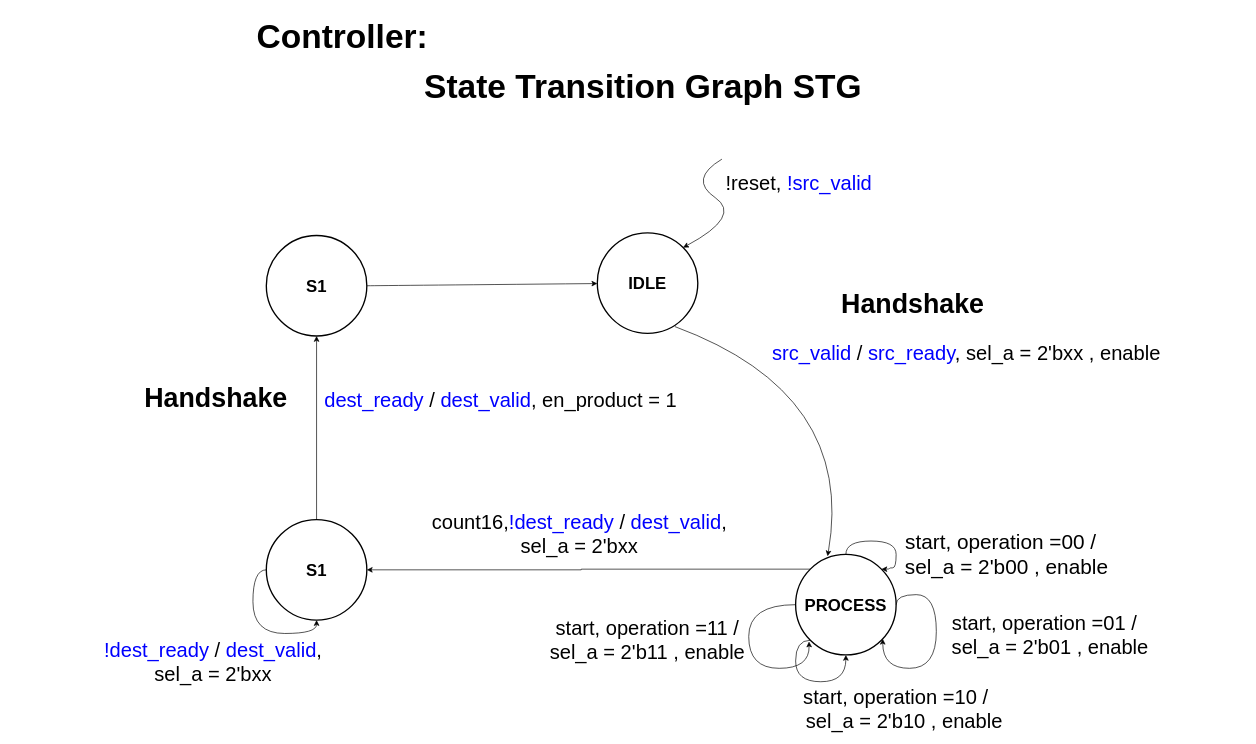
The draw.io diagram Nasir/docs/Controller_val_ready.drawio in medsuet/Xcelerium-IC-Design-Training, before the edit. Source tidied: cells renumbered, new cells numbered last; positions are measured from the earlier drawing's top-left corner, leaving out a move shared by most shapes. Both pictures are drawn from the tidied source at 67%, with x=0, y=0 at pixel (58, 11).
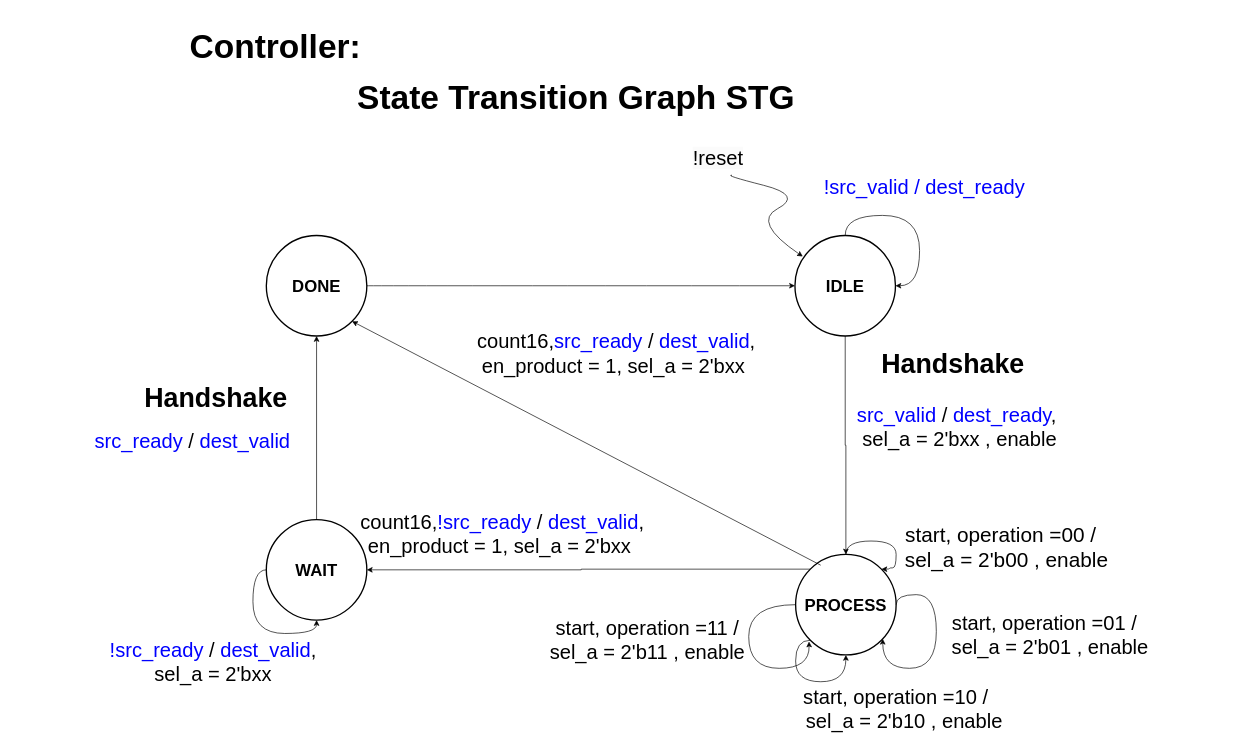
Above is the later version.

Unchanged cells that the change refers to:
```xml
<mxCell id="7" value="&lt;b style=&quot;font-size: 25px;&quot;&gt;PROCESS&lt;/b&gt;" style="ellipse;whiteSpace=wrap;html=1;strokeWidth=2;" parent="1" vertex="1">
  <mxGeometry x="1100" y="810" width="150" height="150" as="geometry" />
</mxCell>
```

Change to the diagram source:
```diff
@@
     <mxCell id="2" value="&lt;h1 style=&quot;margin-top: 0px;&quot;&gt;&lt;span style=&quot;background-color: initial;&quot;&gt;&lt;font style=&quot;font-size: 50px;&quot;&gt;&amp;nbsp;Controller:&lt;/font&gt;&lt;/span&gt;&lt;br&gt;&lt;/h1&gt;&lt;div&gt;&lt;span style=&quot;background-color: initial;&quot;&gt;&lt;font style=&quot;font-size: 50px;&quot;&gt;&lt;span style=&quot;white-space: pre;&quot;&gt;&#9;&lt;/span&gt;&lt;span style=&quot;white-space: pre;&quot;&gt;&#9;&lt;/span&gt;&amp;nbsp; &amp;nbsp;&lt;/font&gt;&lt;/span&gt;&lt;span style=&quot;font-size: 50px; background-color: initial;&quot;&gt;&lt;b&gt;State Transition Graph STG&lt;/b&gt;&lt;/span&gt;&lt;/div&gt;" style="text;html=1;whiteSpace=wrap;overflow=hidden;rounded=0;" parent="1" vertex="1">
-      <mxGeometry x="280" width="1050" height="310" as="geometry" />
+      <mxGeometry x="180" y="16" width="1050" height="164" as="geometry" />
     </mxCell>
+    <mxCell id="28" style="edgeStyle=orthogonalEdgeStyle;rounded=0;jettySize=auto;html=1;exitX=0.5;exitY=1;exitDx=0;exitDy=0;entryX=0.5;entryY=0;entryDx=0;entryDy=0;" parent="1" edge="1" source="3" target="7">
+      <mxGeometry relative="1" as="geometry" />
+    </mxCell>
     <mxCell id="3" value="&lt;b style=&quot;font-size: 25px;&quot;&gt;IDLE&lt;/b&gt;" style="ellipse;whiteSpace=wrap;html=1;strokeWidth=2;" parent="1" vertex="1">
-      <mxGeometry x="804" y="330" width="150" height="150" as="geometry" />
+      <mxGeometry x="1099" y="334" width="150" height="150" as="geometry" />
     </mxCell>
@@
-    <mxCell id="8" style="curved=1;endArrow=classic;html=1;rounded=0;entryX=1;entryY=0;entryDx=0;entryDy=0;" parent="1" edge="1" target="3">
+    <mxCell id="8" style="curved=1;endArrow=classic;html=1;rounded=0;entryX=0.078;entryY=0.209;entryDx=0;entryDy=0;entryPerimeter=0;" parent="1" edge="1" target="3">
       <mxGeometry relative="1" as="geometry">
-        <mxPoint x="990" y="220" as="sourcePoint" />
+        <mxPoint x="1005" y="244" as="sourcePoint" />
         <Array as="points">
-          <mxPoint x="940" y="250" />
-          <mxPoint x="1020" y="305" />
+          <mxPoint x="993" y="244" />
+          <mxPoint x="1111" y="274" />
+          <mxPoint x="1035" y="314" />
         </Array>
       </mxGeometry>
     </mxCell>
-    <mxCell id="9" value="&lt;font style=&quot;font-size: 30px;&quot;&gt;!reset, &lt;font color=&quot;#0000ff&quot;&gt;!src_valid&lt;/font&gt;&lt;/font&gt;" style="text;html=1;align=center;verticalAlign=middle;whiteSpace=wrap;rounded=0;" parent="1" vertex="1">
-      <mxGeometry x="990" y="240" width="230" height="30" as="geometry" />
+    <mxCell id="9" value="&lt;font style=&quot;font-size: 30px;&quot;&gt;&lt;font color=&quot;#0000ff&quot;&gt;!src_valid / dest_ready&lt;/font&gt;&lt;/font&gt;" style="text;html=1;align=center;verticalAlign=middle;whiteSpace=wrap;rounded=0;" parent="1" vertex="1">
+      <mxGeometry x="1135" y="230" width="315" height="64" as="geometry" />
     </mxCell>
-    <mxCell id="10" value="&lt;font style=&quot;font-size: 30px;&quot;&gt;&lt;font color=&quot;#0000ff&quot;&gt;src_valid&lt;/font&gt; / &lt;font color=&quot;#0000ff&quot;&gt;src_ready&lt;/font&gt;, sel_a = 2'bxx , enable&lt;/font&gt;" style="text;html=1;align=center;verticalAlign=middle;whiteSpace=wrap;rounded=0;" parent="1" vertex="1">
-      <mxGeometry x="1050" y="480" width="610" height="60" as="geometry" />
+    <mxCell id="10" value="&lt;font style=&quot;font-size: 30px;&quot;&gt;&lt;font color=&quot;#0000ff&quot;&gt;src_valid&lt;/font&gt; / &lt;font color=&quot;#0000ff&quot;&gt;dest_ready&lt;/font&gt;,&amp;nbsp;&lt;/font&gt;&lt;div&gt;&lt;font style=&quot;font-size: 30px;&quot;&gt;sel_a = 2'bxx , enable&lt;/font&gt;&lt;/div&gt;" style="text;html=1;align=center;verticalAlign=middle;whiteSpace=wrap;rounded=0;" parent="1" vertex="1">
+      <mxGeometry x="1040" y="590" width="610" height="60" as="geometry" />
     </mxCell>
@@
     <mxCell id="16" value="&lt;font style=&quot;font-size: 31px;&quot;&gt;start, operation =00 / &amp;nbsp;&lt;/font&gt;&lt;div&gt;&lt;font style=&quot;font-size: 31px;&quot;&gt;sel_a = 2'b00 , enable&lt;/font&gt;&lt;/div&gt;" style="text;html=1;align=center;verticalAlign=middle;whiteSpace=wrap;rounded=0;" parent="1" vertex="1">
-      <mxGeometry x="1110" y="780" width="610" height="60" as="geometry" />
+      <mxGeometry x="1110" y="770" width="610" height="60" as="geometry" />
     </mxCell>
-    <mxCell id="17" value="&lt;font style=&quot;font-size: 30px;&quot;&gt;count16,&lt;font color=&quot;#0000ff&quot;&gt;!dest_ready&lt;/font&gt; /&amp;nbsp;&lt;font color=&quot;#0000ff&quot;&gt;dest_valid&lt;/font&gt;,&lt;/font&gt;&lt;div&gt;&lt;font style=&quot;font-size: 30px;&quot;&gt;&amp;nbsp;sel_a = 2'bxx&amp;nbsp;&lt;/font&gt;&lt;/div&gt;" style="text;html=1;align=center;verticalAlign=middle;whiteSpace=wrap;rounded=0;" parent="1" vertex="1">
-      <mxGeometry x="555" y="750" width="445" height="60" as="geometry" />
+    <mxCell id="17" value="&lt;font style=&quot;font-size: 30px;&quot;&gt;count16,&lt;font color=&quot;#0000ff&quot;&gt;!src_ready&lt;/font&gt; /&amp;nbsp;&lt;font color=&quot;#0000ff&quot;&gt;dest_valid&lt;/font&gt;,&lt;/font&gt;&lt;div&gt;&lt;span style=&quot;font-size: 30px;&quot;&gt;en_product = 1,&amp;nbsp;&lt;/span&gt;&lt;span style=&quot;font-size: 30px; background-color: initial;&quot;&gt;sel_a = 2'bxx&amp;nbsp;&lt;/span&gt;&lt;/div&gt;" style="text;html=1;align=center;verticalAlign=middle;whiteSpace=wrap;rounded=0;" parent="1" vertex="1">
+      <mxGeometry x="440" y="750" width="445" height="60" as="geometry" />
     </mxCell>
     <mxCell id="18" value="&lt;font style=&quot;font-size: 40px;&quot;&gt;&lt;b&gt;Handshake&lt;/b&gt;&lt;/font&gt;" style="text;html=1;align=center;verticalAlign=middle;whiteSpace=wrap;rounded=0;" parent="1" vertex="1">
-      <mxGeometry x="1120" y="400" width="310" height="70" as="geometry" />
+      <mxGeometry x="1180" y="490" width="310" height="70" as="geometry" />
     </mxCell>
-    <mxCell id="19" value="&lt;b style=&quot;font-size: 25px;&quot;&gt;S1&lt;/b&gt;" style="ellipse;whiteSpace=wrap;html=1;strokeWidth=2;" parent="1" vertex="1">
+    <mxCell id="19" value="&lt;b style=&quot;font-size: 25px;&quot;&gt;WAIT&lt;/b&gt;" style="ellipse;whiteSpace=wrap;html=1;strokeWidth=2;" parent="1" vertex="1">
       <mxGeometry x="310" y="758" width="150" height="150" as="geometry" />
     </mxCell>
-    <mxCell id="20" value="&lt;font style=&quot;font-size: 30px;&quot;&gt;&lt;font color=&quot;#0000ff&quot;&gt;!dest_ready&lt;/font&gt; /&amp;nbsp;&lt;font color=&quot;#0000ff&quot;&gt;dest_valid&lt;/font&gt;,&amp;nbsp;&lt;/font&gt;&lt;div&gt;&lt;font style=&quot;font-size: 30px;&quot;&gt;sel_a = 2'bxx&amp;nbsp;&lt;/font&gt;&lt;/div&gt;" style="text;html=1;align=center;verticalAlign=middle;whiteSpace=wrap;rounded=0;" parent="1" vertex="1">
+    <mxCell id="20" value="&lt;font style=&quot;font-size: 30px;&quot;&gt;&lt;font color=&quot;#0000ff&quot;&gt;!src_ready&lt;/font&gt; /&amp;nbsp;&lt;font color=&quot;#0000ff&quot;&gt;dest_valid&lt;/font&gt;,&amp;nbsp;&lt;/font&gt;&lt;div&gt;&lt;font style=&quot;font-size: 30px;&quot;&gt;sel_a = 2'bxx&amp;nbsp;&lt;/font&gt;&lt;/div&gt;" style="text;html=1;align=center;verticalAlign=middle;whiteSpace=wrap;rounded=0;" parent="1" vertex="1">
       <mxGeometry y="940" width="470" height="60" as="geometry" />
     </mxCell>
@@
-    <mxCell id="22" style="edgeStyle=none;jettySize=auto;html=1;rounded=0;entryX=0.318;entryY=0.018;entryDx=0;entryDy=0;entryPerimeter=0;curved=1;" parent="1" edge="1" target="7">
-      <mxGeometry relative="1" as="geometry">
-        <mxPoint x="920" y="470" as="sourcePoint" />
-        <Array as="points">
-          <mxPoint x="1190" y="570" />
-        </Array>
-      </mxGeometry>
-    </mxCell>
-    <mxCell id="23" value="&lt;b style=&quot;font-size: 25px;&quot;&gt;S1&lt;/b&gt;" style="ellipse;whiteSpace=wrap;html=1;strokeWidth=2;" parent="1" vertex="1">
+    <mxCell id="23" value="&lt;b style=&quot;font-size: 25px;&quot;&gt;DONE&lt;/b&gt;" style="ellipse;whiteSpace=wrap;html=1;strokeWidth=2;" parent="1" vertex="1">
       <mxGeometry x="310" y="334" width="150" height="150" as="geometry" />
     </mxCell>
@@
-    <mxCell id="26" value="&lt;font style=&quot;font-size: 30px;&quot;&gt;&lt;font color=&quot;#0000ff&quot;&gt;dest_ready&amp;nbsp;&lt;/font&gt;/ &lt;font color=&quot;#0000ff&quot;&gt;dest_valid&lt;/font&gt;, en_product = 1&lt;/font&gt;" style="text;html=1;align=center;verticalAlign=middle;whiteSpace=wrap;rounded=0;" parent="1" vertex="1">
-      <mxGeometry x="390" y="550" width="540" height="60" as="geometry" />
+    <mxCell id="26" value="&lt;font style=&quot;font-size: 30px;&quot;&gt;&lt;font color=&quot;#0000ff&quot;&gt;src_ready&amp;nbsp;&lt;/font&gt;/ &lt;font color=&quot;#0000ff&quot;&gt;dest_valid&lt;/font&gt;&lt;/font&gt;" style="text;html=1;align=center;verticalAlign=middle;whiteSpace=wrap;rounded=0;" parent="1" vertex="1">
+      <mxGeometry x="-70" y="610" width="540" height="60" as="geometry" />
     </mxCell>
@@
+    <mxCell id="29" style="edgeStyle=orthogonalEdgeStyle;rounded=0;orthogonalLoop=1;jettySize=auto;html=1;exitX=0.5;exitY=0;exitDx=0;exitDy=0;entryX=1;entryY=0.5;entryDx=0;entryDy=0;curved=1;" parent="1" edge="1" source="3" target="3">
+      <mxGeometry relative="1" as="geometry">
+        <Array as="points">
+          <mxPoint x="1174" y="304" />
+          <mxPoint x="1285" y="304" />
+          <mxPoint x="1285" y="409" />
+        </Array>
+      </mxGeometry>
+    </mxCell>
+    <mxCell id="30" value="&lt;span style=&quot;color: rgb(0, 0, 0); font-family: Helvetica; font-size: 30px; font-style: normal; font-variant-ligatures: normal; font-variant-caps: normal; font-weight: 400; letter-spacing: normal; orphans: 2; text-align: center; text-indent: 0px; text-transform: none; widows: 2; word-spacing: 0px; -webkit-text-stroke-width: 0px; white-space: normal; background-color: rgb(251, 251, 251); text-decoration-thickness: initial; text-decoration-style: initial; text-decoration-color: initial; display: inline !important; float: none;&quot;&gt;!reset&lt;/span&gt;" style="text;whiteSpace=wrap;html=1;" parent="1" vertex="1">
+      <mxGeometry x="945" y="194" width="130" height="60" as="geometry" />
+    </mxCell>
+    <mxCell id="31" style="edgeStyle=none;jettySize=auto;html=1;rounded=0;exitX=0.045;exitY=0.935;exitDx=0;exitDy=0;entryX=1;entryY=1;entryDx=0;entryDy=0;exitPerimeter=0;" parent="1" edge="1" source="16" target="23">
+      <mxGeometry relative="1" as="geometry" />
+    </mxCell>
+    <mxCell id="32" value="&lt;font style=&quot;font-size: 30px;&quot;&gt;count16,&lt;font color=&quot;#0000ff&quot;&gt;src_ready&lt;/font&gt; /&amp;nbsp;&lt;font color=&quot;#0000ff&quot;&gt;dest_valid&lt;/font&gt;,&lt;/font&gt;&lt;div&gt;&lt;span style=&quot;font-size: 30px;&quot;&gt;en_product = 1,&amp;nbsp;&lt;/span&gt;&lt;span style=&quot;font-size: 30px; background-color: initial;&quot;&gt;sel_a = 2'bxx&amp;nbsp;&lt;/span&gt;&lt;/div&gt;" style="text;html=1;align=center;verticalAlign=middle;whiteSpace=wrap;rounded=0;" parent="1" vertex="1">
+      <mxGeometry x="610" y="480" width="445" height="60" as="geometry" />
+    </mxCell>
```
